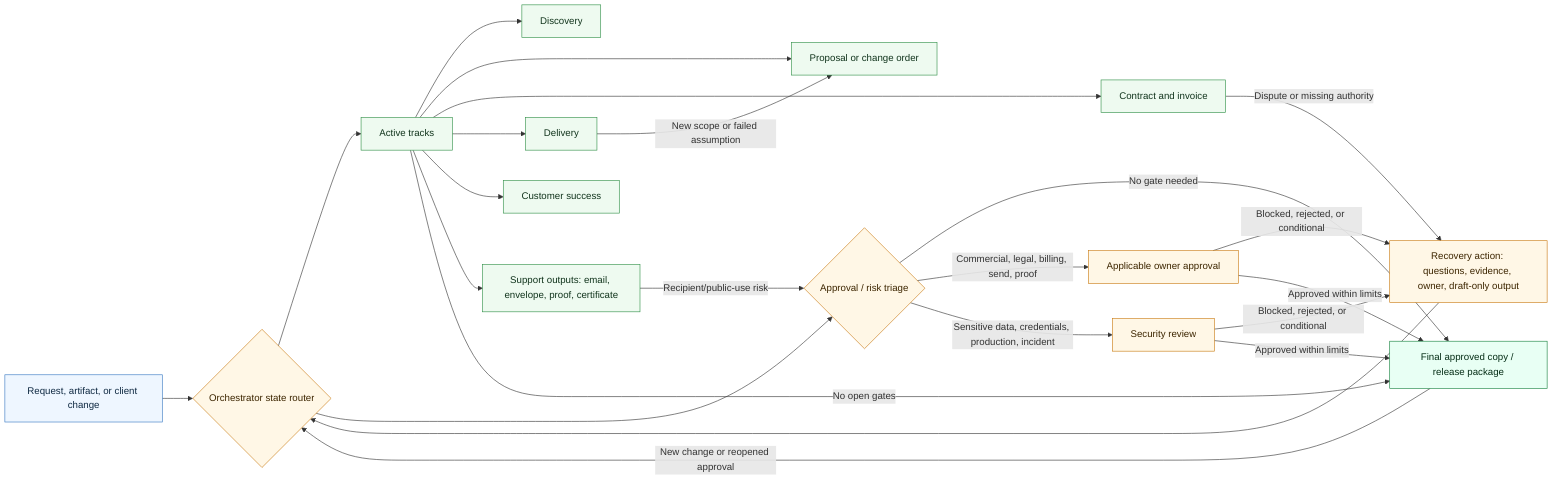
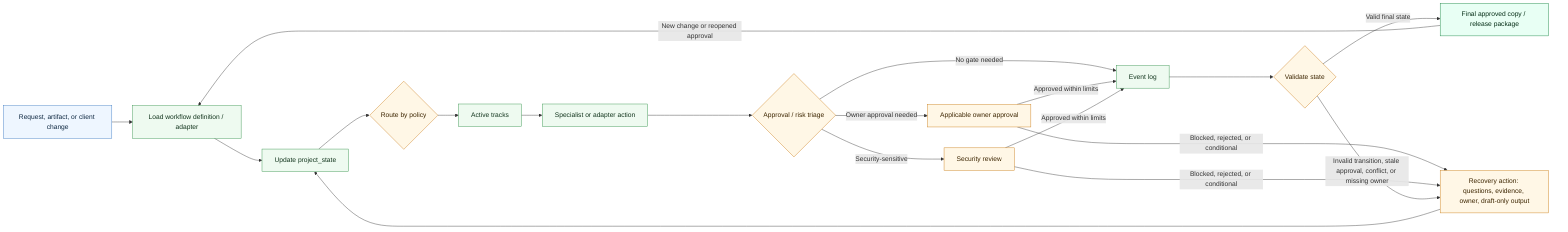
flowchart LR
-   A[Request, artifact, or client change] --> B{Orchestrator state router}
-   B --> C[Active tracks]
-   C --> D[Discovery]
-   C --> E[Proposal or change order]
-   C --> F[Contract and invoice]
-   C --> G[Delivery]
-   C --> H[Customer success]
-   C --> I[Support outputs: email, envelope, proof, certificate]
-   B --> J{Approval / risk triage}
-   J -->|No gate needed| M[Final approved copy / release package]
-   J -->|Commercial, legal, billing, send, proof| N[Applicable owner approval]
-   J -->|Sensitive data, credentials, production, incident| K[Security review]
-   N -->|Blocked, rejected, or conditional| L[Recovery action: questions, evidence, owner, draft-only output]
-   N -->|Approved within limits| M
-   K -->|Blocked, rejected, or conditional| L
-   K -->|Approved within limits| M
-   C -->|No open gates| M
-   G -->|New scope or failed assumption| E
-   F -->|Dispute or missing authority| L
-   I -->|Recipient/public-use risk| J
-   L --> B
+   A[Request, artifact, or client change] --> B[Load workflow definition / adapter]
+   B --> C[Update project_state]
+   C --> D{Route by policy}
+   D --> E[Active tracks]
+   E --> F[Specialist or adapter action]
+   F --> G{Approval / risk triage}
+   G -->|No gate needed| H[Event log]
+   G -->|Owner approval needed| I[Applicable owner approval]
+   G -->|Security-sensitive| J[Security review]
+   I -->|Approved within limits| H
+   J -->|Approved within limits| H
+   I -->|Blocked, rejected, or conditional| K[Recovery action: questions, evidence, owner, draft-only output]
+   J -->|Blocked, rejected, or conditional| K
+   H --> L{Validate state}
+   L -->|Valid final state| M[Final approved copy / release package]
+   L -->|Invalid transition, stale approval, conflict, or missing owner| K
+   K --> C
  M -->|New change or reopened approval| B
  classDef source fill:#eef6ff,stroke:#3778c2,color:#102a43;
  classDef gate fill:#fff7e6,stroke:#c97a12,color:#3d2600;
  classDef output fill:#eefaf0,stroke:#2f8f46,color:#12351d;
  classDef final fill:#e8fff4,stroke:#15803d,color:#052e16;
  class A source;
-   class B,J,K,L,N gate;
-   class C,D,E,F,G,H,I output;
+   class D,G,I,J,K,L gate;
+   class B,C,E,F,H output;
  class M final;
